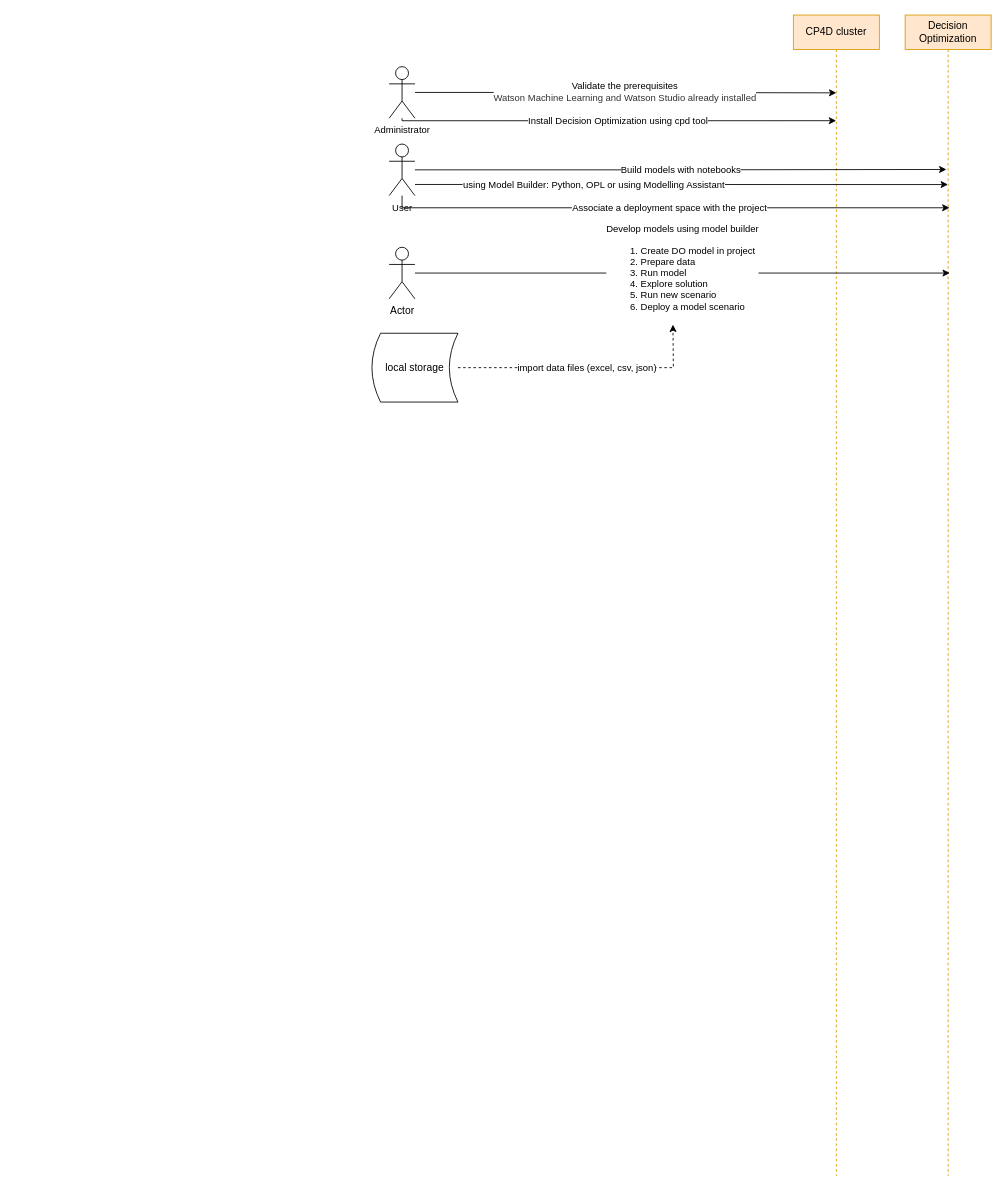
This is do.drawio from kanchantewary/CloudPakForData, a draw.io file, before an edit. Source tidied: cells renumbered, new cells numbered last; positions are measured from the earlier drawing's top-left corner, leaving out a move shared by most shapes. Both pictures are drawn from the tidied source at 86%, with x=0, y=0 at pixel (372, 15).
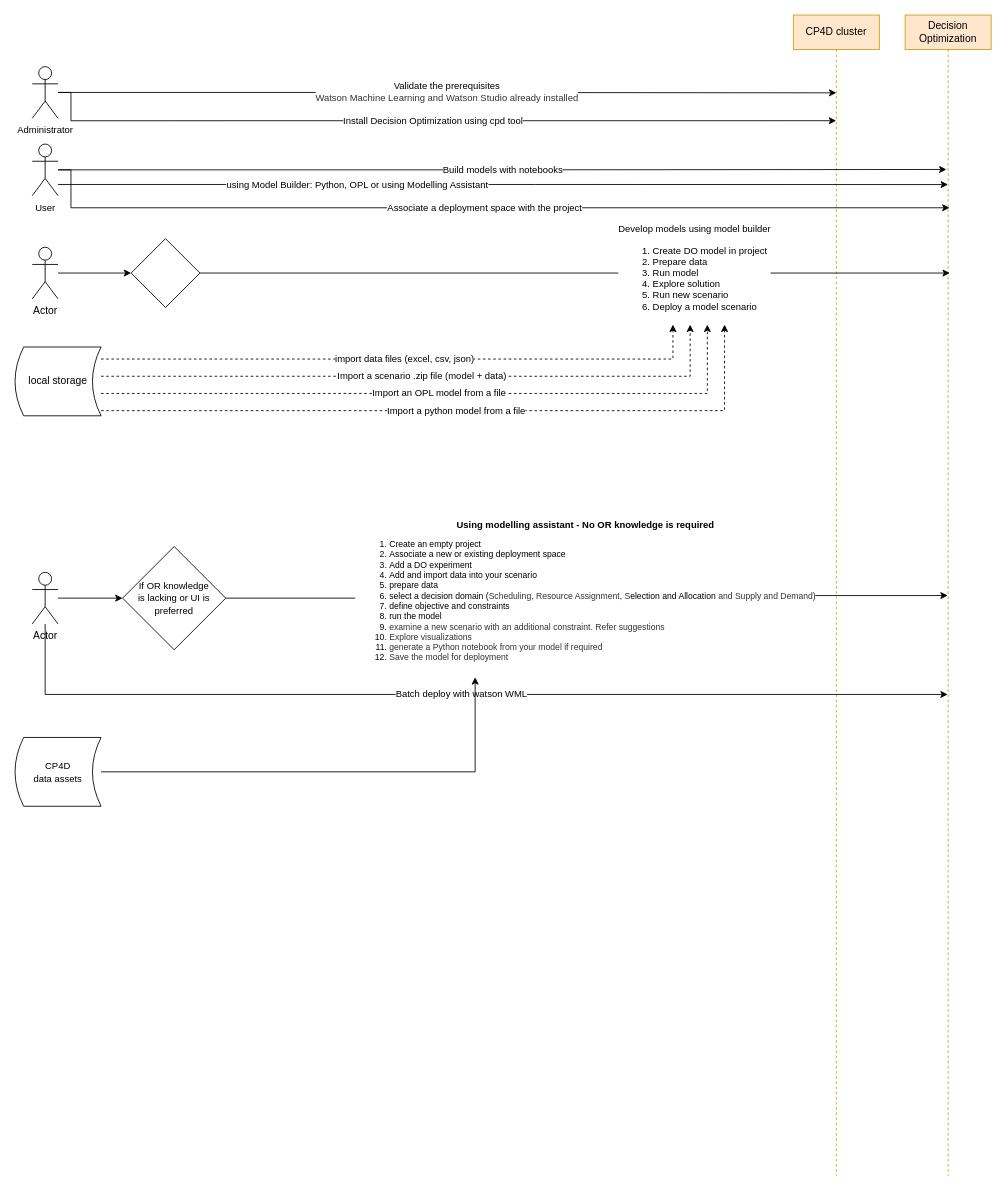
After the change.

Unchanged cells that the change refers to:
```xml
<mxCell id="2" value="Decision Optimization" style="shape=umlLifeline;perimeter=lifelinePerimeter;whiteSpace=wrap;html=1;outlineConnect=0;fillColor=#ffe6cc;strokeColor=#d79b00;" parent="1" vertex="1">
  <mxGeometry x="620" width="100" height="1350" as="geometry" />
</mxCell>
<mxCell id="6" value="CP4D cluster" style="shape=umlLifeline;perimeter=lifelinePerimeter;whiteSpace=wrap;html=1;outlineConnect=0;fillColor=#ffe6cc;strokeColor=#d79b00;" parent="1" vertex="1">
  <mxGeometry x="490" width="100" height="1350" as="geometry" />
</mxCell>
```

Diff of the diagram source:
```diff
@@
     <mxCell id="4" value="Install Decision Optimization using cpd tool" style="edgeStyle=orthogonalEdgeStyle;rounded=0;jettySize=auto;html=1;entryX=0.498;entryY=0.091;entryDx=0;entryDy=0;entryPerimeter=0;" parent="1" edge="1" source="5" target="6">
       <mxGeometry relative="1" as="geometry">
         <Array as="points">
-          <mxPoint x="35" y="123" />
+          <mxPoint x="-350" y="90" />
+          <mxPoint x="-350" y="123" />
         </Array>
       </mxGeometry>
     </mxCell>
     <mxCell id="5" value="&lt;font style=&quot;font-size: 11px&quot;&gt;Administrator&lt;/font&gt;" style="shape=umlActor;verticalLabelPosition=bottom;verticalAlign=top;html=1;outlineConnect=0;" parent="1" vertex="1">
-      <mxGeometry x="20" y="60" width="30" height="60" as="geometry" />
+      <mxGeometry x="-395" y="60" width="30" height="60" as="geometry" />
     </mxCell>
@@
     <mxCell id="10" value="Associate a deployment space with the project" style="edgeStyle=orthogonalEdgeStyle;rounded=0;jettySize=auto;html=1;entryX=0.516;entryY=0.166;entryDx=0;entryDy=0;entryPerimeter=0;" parent="1" edge="1" source="11" target="2">
       <mxGeometry relative="1" as="geometry">
         <Array as="points">
-          <mxPoint x="35" y="224" />
+          <mxPoint x="-350" y="180" />
+          <mxPoint x="-350" y="224" />
         </Array>
       </mxGeometry>
     </mxCell>
     <mxCell id="11" value="&lt;font style=&quot;font-size: 11px&quot;&gt;User&lt;/font&gt;" style="shape=umlActor;verticalLabelPosition=bottom;verticalAlign=top;html=1;outlineConnect=0;" parent="1" vertex="1">
-      <mxGeometry x="20" y="150" width="30" height="60" as="geometry" />
+      <mxGeometry x="-395" y="150" width="30" height="60" as="geometry" />
     </mxCell>
-    <mxCell id="12" value="Develop models using model builder&lt;br&gt;&lt;ol&gt;&lt;li style=&quot;text-align: left&quot;&gt;Create DO model in project&lt;/li&gt;&lt;li style=&quot;text-align: left&quot;&gt;Prepare data&lt;/li&gt;&lt;li style=&quot;text-align: left&quot;&gt;Run model&lt;/li&gt;&lt;li style=&quot;text-align: left&quot;&gt;Explore solution&lt;/li&gt;&lt;li style=&quot;text-align: left&quot;&gt;Run new scenario&lt;/li&gt;&lt;li style=&quot;text-align: left&quot;&gt;Deploy a model scenario&lt;/li&gt;&lt;/ol&gt;" style="edgeStyle=orthogonalEdgeStyle;rounded=0;jettySize=auto;html=1;" parent="1" edge="1" source="13">
-      <mxGeometry relative="1" as="geometry">
+    <mxCell id="12" value="Develop models using model builder&lt;br&gt;&lt;ol&gt;&lt;li style=&quot;text-align: left&quot;&gt;Create DO model in project&lt;/li&gt;&lt;li style=&quot;text-align: left&quot;&gt;Prepare data&lt;/li&gt;&lt;li style=&quot;text-align: left&quot;&gt;Run model&lt;/li&gt;&lt;li style=&quot;text-align: left&quot;&gt;Explore solution&lt;/li&gt;&lt;li style=&quot;text-align: left&quot;&gt;Run new scenario&lt;/li&gt;&lt;li style=&quot;text-align: left&quot;&gt;Deploy a model scenario&lt;/li&gt;&lt;/ol&gt;" style="edgeStyle=orthogonalEdgeStyle;rounded=0;jettySize=auto;html=1;exitX=1;exitY=0.5;exitDx=0;exitDy=0;" parent="1" edge="1" source="26">
+      <mxGeometry x="0.32" relative="1" as="geometry">
         <mxPoint x="672" y="300" as="targetPoint" />
-        <Array as="points">
-          <mxPoint x="672" y="300" />
-        </Array>
       </mxGeometry>
     </mxCell>
+    <mxCell id="16" style="edgeStyle=orthogonalEdgeStyle;rounded=0;jettySize=auto;html=1;entryX=0;entryY=0.5;entryDx=0;entryDy=0;" parent="1" edge="1" source="13" target="26">
+      <mxGeometry relative="1" as="geometry" />
+    </mxCell>
     <mxCell id="13" value="Actor" style="shape=umlActor;verticalLabelPosition=bottom;verticalAlign=top;html=1;outlineConnect=0;" parent="1" vertex="1">
-      <mxGeometry x="20" y="270" width="30" height="60" as="geometry" />
+      <mxGeometry x="-395" y="270" width="30" height="60" as="geometry" />
     </mxCell>
     <mxCell id="14" value="import data files (excel, csv, json)" style="edgeStyle=orthogonalEdgeStyle;rounded=0;jettySize=auto;html=1;dashed=1;" parent="1" edge="1" source="15">
       <mxGeometry relative="1" as="geometry">
         <mxPoint x="350" y="360" as="targetPoint" />
+        <Array as="points">
+          <mxPoint x="350" y="400" />
+        </Array>
       </mxGeometry>
     </mxCell>
+    <mxCell id="17" value="Import a scenario .zip file (model + data)" style="edgeStyle=orthogonalEdgeStyle;rounded=0;jettySize=auto;html=1;dashed=1;" parent="1" edge="1" source="15">
+      <mxGeometry relative="1" as="geometry">
+        <mxPoint x="370" y="360" as="targetPoint" />
+        <Array as="points">
+          <mxPoint x="370" y="420" />
+          <mxPoint x="370" y="360" />
+        </Array>
+      </mxGeometry>
+    </mxCell>
+    <mxCell id="18" value="Import an OPL model from a file" style="edgeStyle=orthogonalEdgeStyle;rounded=0;jettySize=auto;html=1;dashed=1;" parent="1" edge="1" source="15">
+      <mxGeometry relative="1" as="geometry">
+        <mxPoint x="390" y="360" as="targetPoint" />
+        <Array as="points">
+          <mxPoint x="390" y="440" />
+          <mxPoint x="390" y="360" />
+        </Array>
+      </mxGeometry>
+    </mxCell>
+    <mxCell id="19" value="Import a python model from a file" style="edgeStyle=orthogonalEdgeStyle;rounded=0;jettySize=auto;html=1;dashed=1;" parent="1" edge="1" source="15">
+      <mxGeometry relative="1" as="geometry">
+        <mxPoint x="410" y="360" as="targetPoint" />
+        <Array as="points">
+          <mxPoint x="50" y="460" />
+          <mxPoint x="410" y="460" />
+          <mxPoint x="410" y="360" />
+        </Array>
+      </mxGeometry>
+    </mxCell>
     <mxCell id="15" value="local storage" style="shape=dataStorage;whiteSpace=wrap;html=1;" parent="1" vertex="1">
-      <mxGeometry y="370" width="100" height="80" as="geometry" />
+      <mxGeometry x="-415" y="386" width="100" height="80" as="geometry" />
     </mxCell>
+    <mxCell id="20" value="&lt;font&gt;&lt;font style=&quot;font-size: 11px&quot;&gt;&lt;b&gt;Using modelling assistant - No OR knowledge is required&lt;/b&gt;&lt;/font&gt;&lt;br&gt;&lt;/font&gt;&lt;ol style=&quot;font-size: 10px&quot;&gt;&lt;li style=&quot;text-align: left&quot;&gt;&lt;font style=&quot;font-size: 10px&quot;&gt;Create an empty project&lt;/font&gt;&lt;/li&gt;&lt;li style=&quot;text-align: left&quot;&gt;&lt;font style=&quot;font-size: 10px&quot;&gt;Associate a new or existing deployment space&lt;/font&gt;&lt;/li&gt;&lt;li style=&quot;text-align: left&quot;&gt;&lt;font style=&quot;font-size: 10px&quot;&gt;Add a DO experiment&lt;/font&gt;&lt;/li&gt;&lt;li style=&quot;text-align: left&quot;&gt;&lt;font style=&quot;font-size: 10px&quot;&gt;Add and import data into your scenario&lt;/font&gt;&lt;/li&gt;&lt;li style=&quot;text-align: left&quot;&gt;&lt;font style=&quot;font-size: 10px&quot;&gt;prepare data&lt;/font&gt;&lt;/li&gt;&lt;li style=&quot;text-align: left&quot;&gt;&lt;font style=&quot;font-size: 10px&quot;&gt;&lt;font style=&quot;font-size: 10px&quot;&gt;select a decision domain (&lt;span style=&quot;margin: 0px ; padding: 0px ; border: 0px ; vertical-align: baseline ; color: rgb(50 , 50 , 50) ; font-family: , &amp;#34;helvetica neue&amp;#34; , &amp;#34;arial&amp;#34; , sans-serif&quot;&gt;Scheduling&lt;/span&gt;&lt;span style=&quot;color: rgb(50 , 50 , 50) ; font-family: , &amp;#34;helvetica neue&amp;#34; , &amp;#34;arial&amp;#34; , sans-serif&quot;&gt;,&amp;nbsp;&lt;/span&gt;&lt;span style=&quot;margin: 0px ; padding: 0px ; border: 0px ; vertical-align: baseline ; color: rgb(50 , 50 , 50) ; font-family: , &amp;#34;helvetica neue&amp;#34; , &amp;#34;arial&amp;#34; , sans-serif&quot;&gt;Resource Assignment&lt;/span&gt;&lt;span style=&quot;color: rgb(50 , 50 , 50) ; font-family: , &amp;#34;helvetica neue&amp;#34; , &amp;#34;arial&amp;#34; , sans-serif&quot;&gt;,&amp;nbsp;&lt;/span&gt;&lt;span style=&quot;margin: 0px ; padding: 0px ; border: 0px ; vertical-align: baseline ; color: rgb(50 , 50 , 50) ; font-family: , &amp;#34;helvetica neue&amp;#34; , &amp;#34;arial&amp;#34; , sans-serif&quot;&gt;S&lt;/span&gt;&lt;/font&gt;election and Allocation&lt;span style=&quot;color: rgb(50 , 50 , 50)&quot;&gt;&amp;nbsp;and&amp;nbsp;&lt;/span&gt;&lt;span style=&quot;margin: 0px ; padding: 0px ; border: 0px ; vertical-align: baseline ; color: rgb(50 , 50 , 50)&quot;&gt;Supply and Demand)&lt;/span&gt;&lt;/font&gt;&lt;/li&gt;&lt;li style=&quot;text-align: left&quot;&gt;&lt;font style=&quot;font-size: 10px&quot;&gt;define objective and constraints&lt;/font&gt;&lt;/li&gt;&lt;li style=&quot;text-align: left&quot;&gt;&lt;font style=&quot;font-size: 10px&quot;&gt;run the model&lt;/font&gt;&lt;/li&gt;&lt;li style=&quot;text-align: left&quot;&gt;&lt;font style=&quot;font-size: 10px&quot;&gt;&lt;span style=&quot;margin: 0px ; padding: 0px ; border: 0px ; vertical-align: baseline ; color: rgb(50 , 50 , 50) ; font-family: , &amp;#34;helvetica neue&amp;#34; , &amp;#34;arial&amp;#34; , sans-serif&quot;&gt;&lt;font style=&quot;font-size: 10px&quot;&gt;examine a new scenario with an additional constraint. Refer suggestions&lt;/font&gt;&lt;/span&gt;&lt;br&gt;&lt;/font&gt;&lt;/li&gt;&lt;li style=&quot;text-align: left&quot;&gt;&lt;span style=&quot;margin: 0px ; padding: 0px ; border: 0px ; vertical-align: baseline ; color: rgb(50 , 50 , 50) ; font-family: , &amp;#34;helvetica neue&amp;#34; , &amp;#34;arial&amp;#34; , sans-serif&quot;&gt;&lt;font style=&quot;font-size: 10px&quot;&gt;Explore visualizations&lt;/font&gt;&lt;/span&gt;&lt;/li&gt;&lt;li style=&quot;text-align: left&quot;&gt;&lt;span style=&quot;margin: 0px ; padding: 0px ; border: 0px ; vertical-align: baseline ; color: rgb(50 , 50 , 50) ; font-family: , &amp;#34;helvetica neue&amp;#34; , &amp;#34;arial&amp;#34; , sans-serif&quot;&gt;&lt;font style=&quot;font-size: 10px&quot;&gt;generate a Python&amp;nbsp;&lt;span class=&quot;keyword&quot; style=&quot;margin: 0px ; padding: 0px ; border: 0px ; vertical-align: baseline ; font-family: , &amp;#34;helvetica neue&amp;#34; , &amp;#34;arial&amp;#34; , sans-serif&quot;&gt;notebook&lt;/span&gt;&lt;span style=&quot;font-family: , &amp;#34;helvetica neue&amp;#34; , &amp;#34;arial&amp;#34; , sans-serif&quot;&gt;&amp;nbsp;from your model&amp;nbsp;if required&lt;/span&gt;&lt;br&gt;&lt;/font&gt;&lt;/span&gt;&lt;/li&gt;&lt;li style=&quot;text-align: left&quot;&gt;&lt;span style=&quot;margin: 0px ; padding: 0px ; border: 0px ; vertical-align: baseline ; color: rgb(50 , 50 , 50)&quot;&gt;&lt;font style=&quot;font-size: 10px&quot;&gt;&lt;span style=&quot;font-family: , &amp;#34;helvetica neue&amp;#34; , &amp;#34;arial&amp;#34; , sans-serif&quot;&gt;Save the model for deployment&lt;/span&gt;&lt;/font&gt;&lt;/span&gt;&lt;/li&gt;&lt;/ol&gt;" style="edgeStyle=orthogonalEdgeStyle;rounded=0;jettySize=auto;html=1;exitX=1;exitY=0.5;exitDx=0;exitDy=0;" parent="1" edge="1" source="27" target="2">
+      <mxGeometry relative="1" as="geometry" />
+    </mxCell>
+    <mxCell id="21" value="Batch deploy with watson WML" style="edgeStyle=orthogonalEdgeStyle;rounded=0;jettySize=auto;html=1;" parent="1" edge="1" source="23" target="2">
+      <mxGeometry relative="1" as="geometry">
+        <Array as="points">
+          <mxPoint x="-380" y="790" />
+        </Array>
+      </mxGeometry>
+    </mxCell>
+    <mxCell id="22" style="edgeStyle=orthogonalEdgeStyle;rounded=0;jettySize=auto;html=1;entryX=0;entryY=0.5;entryDx=0;entryDy=0;" parent="1" edge="1" source="23" target="27">
+      <mxGeometry relative="1" as="geometry" />
+    </mxCell>
+    <mxCell id="23" value="Actor" style="shape=umlActor;verticalLabelPosition=bottom;verticalAlign=top;html=1;outlineConnect=0;" parent="1" vertex="1">
+      <mxGeometry x="-395" y="648" width="30" height="60" as="geometry" />
+    </mxCell>
+    <mxCell id="24" style="edgeStyle=orthogonalEdgeStyle;rounded=0;jettySize=auto;html=1;" parent="1" edge="1" source="25">
+      <mxGeometry relative="1" as="geometry">
+        <mxPoint x="120" y="770" as="targetPoint" />
+        <Array as="points">
+          <mxPoint x="120" y="880" />
+          <mxPoint x="120" y="770" />
+        </Array>
+      </mxGeometry>
+    </mxCell>
+    <mxCell id="25" value="&lt;font style=&quot;font-size: 11px&quot;&gt;CP4D &lt;br&gt;data assets&lt;/font&gt;" style="shape=dataStorage;whiteSpace=wrap;html=1;" parent="1" vertex="1">
+      <mxGeometry x="-415" y="840" width="100" height="80" as="geometry" />
+    </mxCell>
+    <mxCell id="26" style="rhombus;whiteSpace=wrap;html=1;" parent="1" vertex="1">
+      <mxGeometry x="-280" y="260" width="80" height="80" as="geometry" />
+    </mxCell>
+    <mxCell id="27" value="&lt;font style=&quot;font-size: 11px&quot;&gt;If OR knowledge &lt;br&gt;is lacking or UI is &lt;br&gt;preferred&lt;/font&gt;" style="rhombus;whiteSpace=wrap;html=1;" parent="1" vertex="1">
+      <mxGeometry x="-290" y="618" width="120" height="120" as="geometry" />
+    </mxCell>
```
